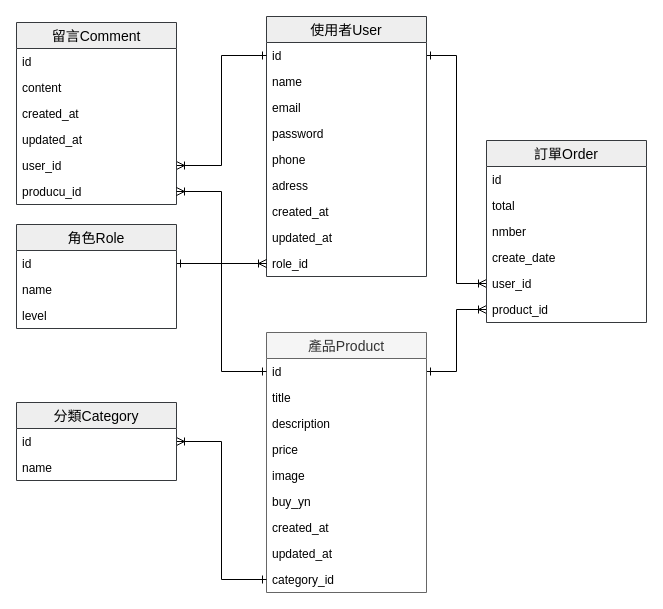
The draw.io diagram 系統規劃/購物網資料庫設計.drawio in Shenyoyo/ShoppingWeb, before the edit. Source tidied: cells renumbered, new cells numbered last; positions are measured from the earlier drawing's top-left corner, leaving out a move shared by most shapes. Both pictures are drawn from the tidied source at 100%, with x=0, y=0 at pixel (16, 16).
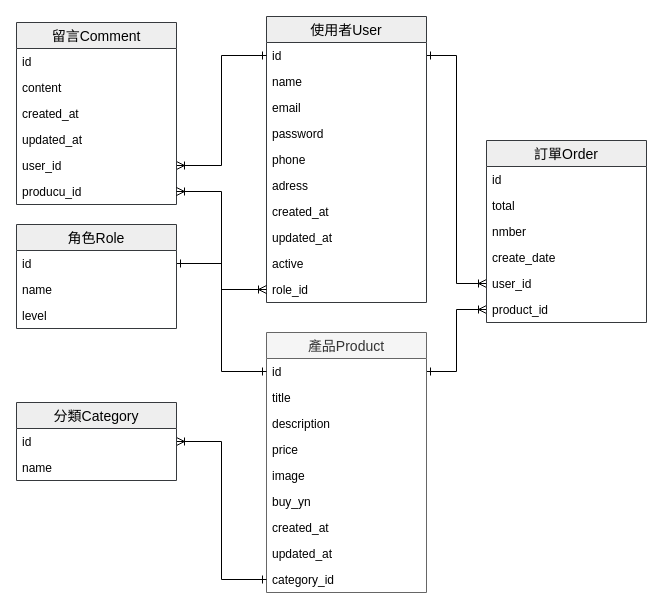
The same page after the edit.

Diff of the diagram source:
```diff
@@
     <mxCell id="3" value="使用者User" style="swimlane;fontStyle=0;horizontal=1;startSize=26;align=center;fontSize=14;swimlaneFillColor=#ffffff;fillColor=#eeeeee;strokeColor=#36393d;" parent="1" vertex="1">
-      <mxGeometry x="250" width="160" height="260" as="geometry" />
+      <mxGeometry x="250" width="160" height="286" as="geometry" />
     </mxCell>
@@
+    <mxCell id="49" value="active" style="text;strokeColor=none;fillColor=none;spacingLeft=4;spacingRight=4;overflow=hidden;fontSize=12;" parent="3" vertex="1">
+      <mxGeometry y="234" width="160" height="26" as="geometry" />
+    </mxCell>
     <mxCell id="12" value="role_id" style="text;strokeColor=none;fillColor=none;spacingLeft=4;spacingRight=4;overflow=hidden;points=[[0,0.5],[1,0.5]];portConstraint=eastwest;fontSize=12;" parent="3" vertex="1">
-      <mxGeometry y="234" width="160" height="26" as="geometry" />
+      <mxGeometry y="260" width="160" height="26" as="geometry" />
     </mxCell>
```
